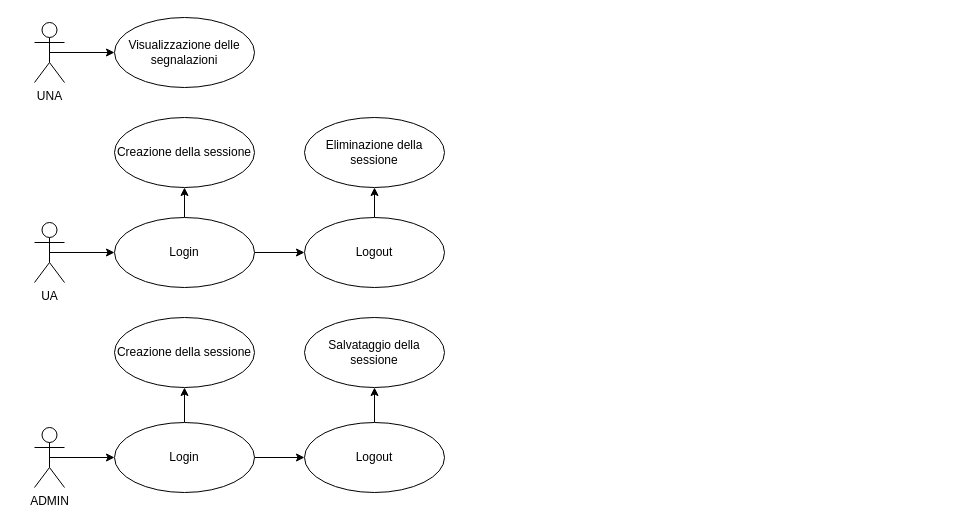
Earlier version of the draw.io diagram page "Gestione sessione" (3 of 12) of Copia di IS.drawio (LucaBarbolini/Prova1). Source tidied: cells renumbered, new cells numbered last; positions are measured from the earlier drawing's top-left corner, leaving out a move shared by most shapes. Both pictures are drawn from the tidied source at 100%, with x=0, y=0 at pixel (34, 17).
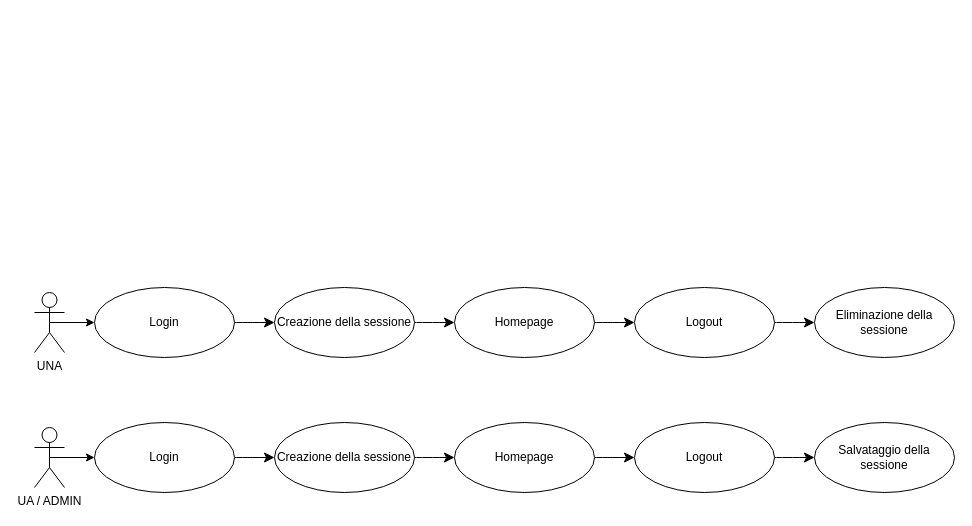
Above is the later version.

What changed in the source:
```diff
@@
-    <mxCell id="2" style="edgeStyle=orthogonalEdgeStyle;rounded=0;jettySize=auto;html=1;exitX=0.5;exitY=0.5;exitDx=0;exitDy=0;exitPerimeter=0;entryX=0;entryY=0.5;entryDx=0;entryDy=0;" parent="1" edge="1" source="3" target="8">
-      <mxGeometry relative="1" as="geometry" />
-    </mxCell>
-    <mxCell id="3" value="UNA" style="shape=umlActor;verticalLabelPosition=bottom;verticalAlign=top;html=1;" parent="1" vertex="1">
-      <mxGeometry y="5" width="30" height="60" as="geometry" />
-    </mxCell>
@@
-    <mxCell id="5" value="UA" style="shape=umlActor;verticalLabelPosition=bottom;verticalAlign=top;html=1;" parent="1" vertex="1">
-      <mxGeometry y="205" width="30" height="60" as="geometry" />
+    <mxCell id="5" value="UNA" style="shape=umlActor;verticalLabelPosition=bottom;verticalAlign=top;html=1;" parent="1" vertex="1">
+      <mxGeometry y="275" width="30" height="60" as="geometry" />
     </mxCell>
@@
-    <mxCell id="7" value="ADMIN" style="shape=umlActor;verticalLabelPosition=bottom;verticalAlign=top;html=1;" parent="1" vertex="1">
+    <mxCell id="7" value="UA / ADMIN" style="shape=umlActor;verticalLabelPosition=bottom;verticalAlign=top;html=1;" parent="1" vertex="1">
       <mxGeometry y="410" width="30" height="60" as="geometry" />
     </mxCell>
-    <mxCell id="8" value="Visualizzazione delle segnalazioni" style="ellipse;whiteSpace=wrap;html=1;" parent="1" vertex="1">
-      <mxGeometry x="80" width="140" height="70" as="geometry" />
-    </mxCell>
-    <mxCell id="9" style="edgeStyle=orthogonalEdgeStyle;rounded=0;jettySize=auto;html=1;exitX=0.5;exitY=1;exitDx=0;exitDy=0;entryX=0.5;entryY=1;entryDx=0;entryDy=0;" parent="1" edge="1" source="11" target="15">
+    <mxCell id="9" style="edgeStyle=none;curved=1;rounded=0;jettySize=auto;html=1;exitX=0;exitY=0.5;exitDx=0;exitDy=0;fontSize=12;startSize=8;endSize=8;" parent="1" edge="1" source="11" target="15">
       <mxGeometry relative="1" as="geometry" />
     </mxCell>
-    <mxCell id="10" style="edgeStyle=orthogonalEdgeStyle;rounded=0;jettySize=auto;html=1;entryX=0;entryY=0.5;entryDx=0;entryDy=0;" parent="1" edge="1" source="11" target="13">
-      <mxGeometry relative="1" as="geometry" />
-    </mxCell>
     <mxCell id="11" value="Login" style="ellipse;whiteSpace=wrap;html=1;direction=west;" parent="1" vertex="1">
-      <mxGeometry x="80" y="200" width="140" height="70" as="geometry" />
+      <mxGeometry x="60" y="270" width="140" height="70" as="geometry" />
     </mxCell>
-    <mxCell id="12" style="edgeStyle=orthogonalEdgeStyle;rounded=0;jettySize=auto;html=1;exitX=0.5;exitY=0;exitDx=0;exitDy=0;entryX=0.5;entryY=1;entryDx=0;entryDy=0;" parent="1" edge="1" source="13" target="14">
+    <mxCell id="12" style="edgeStyle=none;curved=1;rounded=0;jettySize=auto;html=1;exitX=1;exitY=0.5;exitDx=0;exitDy=0;fontSize=12;startSize=8;endSize=8;" parent="1" edge="1" source="13" target="14">
       <mxGeometry relative="1" as="geometry" />
     </mxCell>
     <mxCell id="13" value="Logout" style="ellipse;whiteSpace=wrap;html=1;" parent="1" vertex="1">
-      <mxGeometry x="270" y="200" width="140" height="70" as="geometry" />
+      <mxGeometry x="600" y="270" width="140" height="70" as="geometry" />
     </mxCell>
     <mxCell id="14" value="Eliminazione della sessione" style="ellipse;whiteSpace=wrap;html=1;" parent="1" vertex="1">
-      <mxGeometry x="270" y="100" width="140" height="70" as="geometry" />
+      <mxGeometry x="780" y="270" width="140" height="70" as="geometry" />
     </mxCell>
+    <mxCell id="23" style="edgeStyle=none;curved=1;rounded=0;jettySize=auto;html=1;exitX=1;exitY=0.5;exitDx=0;exitDy=0;fontSize=12;startSize=8;endSize=8;" parent="1" edge="1" source="15" target="29">
+      <mxGeometry relative="1" as="geometry" />
+    </mxCell>
     <mxCell id="15" value="Creazione della sessione" style="ellipse;whiteSpace=wrap;html=1;" parent="1" vertex="1">
-      <mxGeometry x="80" y="100" width="140" height="70" as="geometry" />
+      <mxGeometry x="240" y="270" width="140" height="70" as="geometry" />
     </mxCell>
-    <mxCell id="16" style="edgeStyle=orthogonalEdgeStyle;rounded=0;jettySize=auto;html=1;exitX=0.5;exitY=0;exitDx=0;exitDy=0;entryX=0.5;entryY=1;entryDx=0;entryDy=0;" parent="1" edge="1" source="18" target="22">
+    <mxCell id="16" style="edgeStyle=none;curved=1;rounded=0;jettySize=auto;html=1;exitX=1;exitY=0.5;exitDx=0;exitDy=0;entryX=0;entryY=0.5;entryDx=0;entryDy=0;fontSize=12;startSize=8;endSize=8;" parent="1" edge="1" source="18" target="22">
       <mxGeometry relative="1" as="geometry" />
     </mxCell>
-    <mxCell id="17" style="edgeStyle=orthogonalEdgeStyle;rounded=0;jettySize=auto;html=1;exitX=1;exitY=0.5;exitDx=0;exitDy=0;" parent="1" edge="1" source="18" target="20">
-      <mxGeometry relative="1" as="geometry" />
-    </mxCell>
     <mxCell id="18" value="Login" style="ellipse;whiteSpace=wrap;html=1;" parent="1" vertex="1">
-      <mxGeometry x="80" y="405" width="140" height="70" as="geometry" />
+      <mxGeometry x="60" y="405" width="140" height="70" as="geometry" />
     </mxCell>
-    <mxCell id="19" style="edgeStyle=orthogonalEdgeStyle;rounded=0;jettySize=auto;html=1;exitX=0.5;exitY=0;exitDx=0;exitDy=0;entryX=0.5;entryY=1;entryDx=0;entryDy=0;" parent="1" edge="1" source="20" target="21">
+    <mxCell id="19" style="edgeStyle=none;curved=1;rounded=0;jettySize=auto;html=1;entryX=0;entryY=0.5;entryDx=0;entryDy=0;fontSize=12;startSize=8;endSize=8;" parent="1" edge="1" source="20" target="21">
       <mxGeometry relative="1" as="geometry" />
     </mxCell>
     <mxCell id="20" value="Logout" style="ellipse;whiteSpace=wrap;html=1;" parent="1" vertex="1">
-      <mxGeometry x="270" y="405" width="140" height="70" as="geometry" />
+      <mxGeometry x="600" y="405" width="140" height="70" as="geometry" />
     </mxCell>
     <mxCell id="21" value="Salvataggio della sessione" style="ellipse;whiteSpace=wrap;html=1;" parent="1" vertex="1">
-      <mxGeometry x="270" y="300" width="140" height="70" as="geometry" />
+      <mxGeometry x="780" y="405" width="140" height="70" as="geometry" />
     </mxCell>
+    <mxCell id="24" style="edgeStyle=none;curved=1;rounded=0;jettySize=auto;html=1;exitX=1;exitY=0.5;exitDx=0;exitDy=0;entryX=0;entryY=0.5;entryDx=0;entryDy=0;fontSize=12;startSize=8;endSize=8;" parent="1" edge="1" source="22" target="27">
+      <mxGeometry relative="1" as="geometry" />
+    </mxCell>
     <mxCell id="22" value="Creazione della sessione" style="ellipse;whiteSpace=wrap;html=1;" parent="1" vertex="1">
-      <mxGeometry x="80" y="300" width="140" height="70" as="geometry" />
+      <mxGeometry x="240" y="405" width="140" height="70" as="geometry" />
     </mxCell>
+    <mxCell id="25" style="edgeStyle=none;curved=1;rounded=0;orthogonalLoop=1;jettySize=auto;html=1;entryX=0;entryY=0.5;entryDx=0;entryDy=0;fontSize=12;startSize=8;endSize=8;" parent="1" edge="1" source="20" target="20">
+      <mxGeometry relative="1" as="geometry" />
+    </mxCell>
+    <mxCell id="26" style="edgeStyle=none;curved=1;rounded=0;jettySize=auto;html=1;exitX=1;exitY=0.5;exitDx=0;exitDy=0;entryX=0;entryY=0.5;entryDx=0;entryDy=0;fontSize=12;startSize=8;endSize=8;" parent="1" edge="1" source="27" target="20">
+      <mxGeometry relative="1" as="geometry" />
+    </mxCell>
+    <mxCell id="27" value="Homepage" style="ellipse;whiteSpace=wrap;html=1;" parent="1" vertex="1">
+      <mxGeometry x="420" y="405" width="140" height="70" as="geometry" />
+    </mxCell>
+    <mxCell id="28" style="edgeStyle=none;curved=1;rounded=0;jettySize=auto;html=1;exitX=1;exitY=0.5;exitDx=0;exitDy=0;entryX=0;entryY=0.5;entryDx=0;entryDy=0;fontSize=12;startSize=8;endSize=8;" parent="1" edge="1" source="29" target="13">
+      <mxGeometry relative="1" as="geometry" />
+    </mxCell>
+    <mxCell id="29" value="Homepage" style="ellipse;whiteSpace=wrap;html=1;" parent="1" vertex="1">
+      <mxGeometry x="420" y="270" width="140" height="70" as="geometry" />
+    </mxCell>
```
